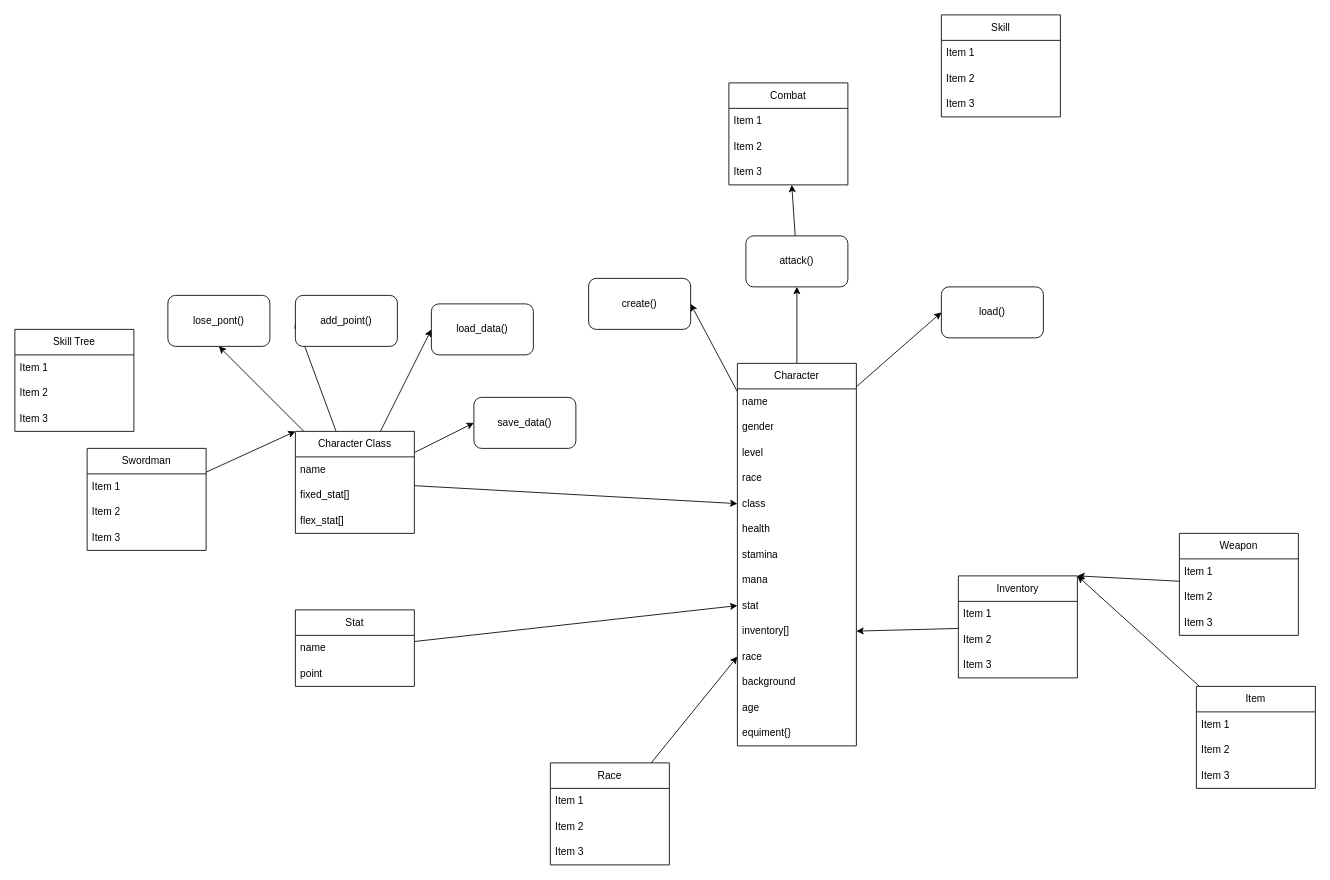
This is design.drawio from minhduc1212/Text_Based_Game, a draw.io file, before an edit. Source tidied: cells renumbered, new cells numbered last; positions are measured from the earlier drawing's top-left corner, leaving out a move shared by most shapes. Both pictures are drawn from the tidied source at 85%, with x=0, y=0 at pixel (14, 14).
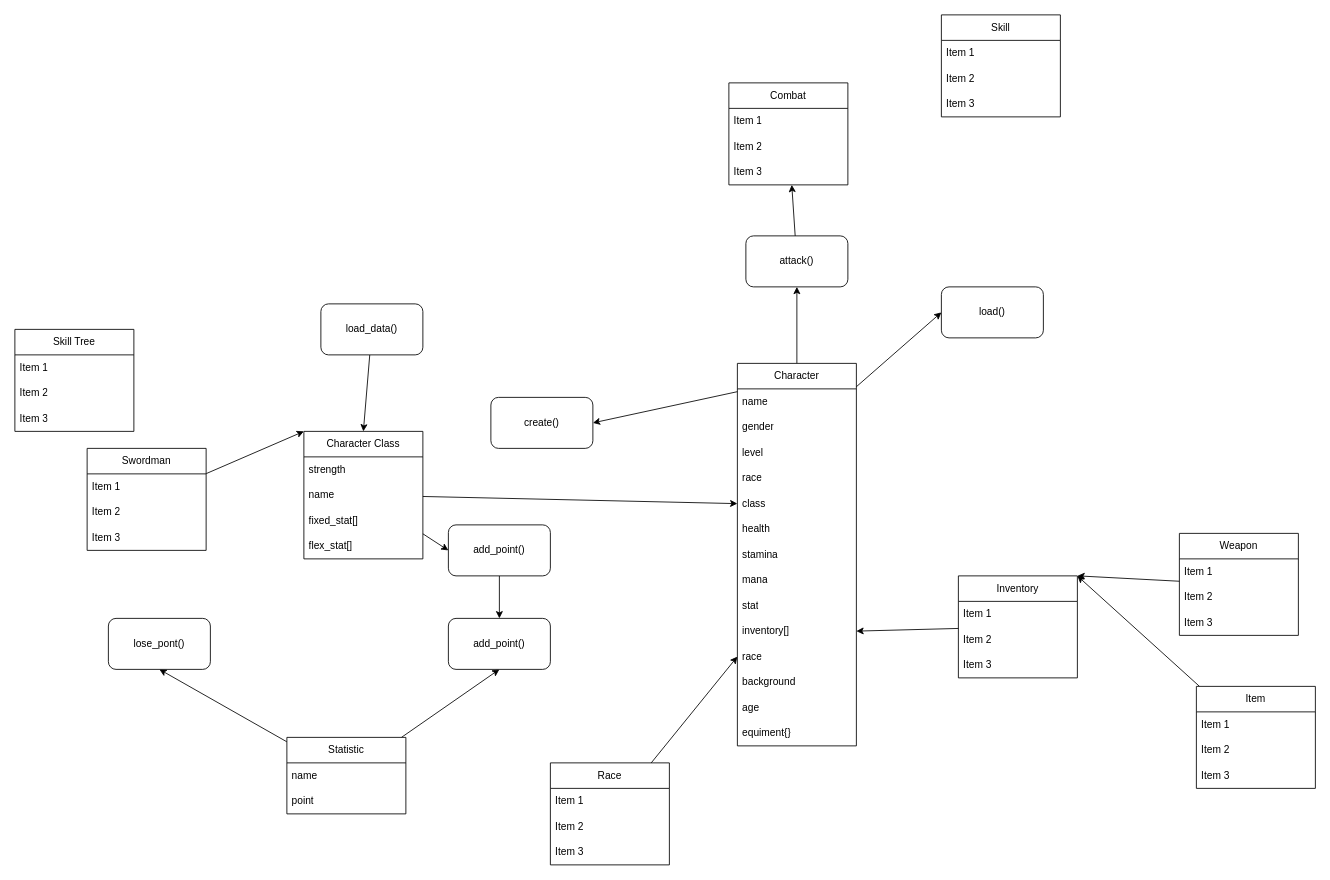
After the change.

Commit message (it also covers changes not shown here):
feat(design.drawio, character_class.py): pdate some func of character_class

The change refers to these unchanged cells:
```xml
<mxCell id="14" value="stat" style="text;strokeColor=none;fillColor=none;align=left;verticalAlign=middle;spacingLeft=4;spacingRight=4;overflow=hidden;points=[[0,0.5],[1,0.5]];portConstraint=eastwest;whiteSpace=wrap;html=1;" parent="5" vertex="1">
  <mxGeometry y="270" width="140" height="30" as="geometry" />
</mxCell>
```

Change to the diagram source:
```diff
@@
-    <mxCell id="20" style="edgeStyle=none;html=1;entryX=0;entryY=0.5;entryDx=0;entryDy=0;" parent="1" edge="1" source="21" target="14">
-      <mxGeometry relative="1" as="geometry" />
-    </mxCell>
+    <mxCell id="78" style="edgeStyle=none;html=1;entryX=0.5;entryY=1;entryDx=0;entryDy=0;" parent="1" edge="1" source="21" target="75">
+      <mxGeometry relative="1" as="geometry" />
+    </mxCell>
+    <mxCell id="79" style="edgeStyle=none;html=1;entryX=0.5;entryY=1;entryDx=0;entryDy=0;" parent="1" edge="1" source="21" target="74">
+      <mxGeometry relative="1" as="geometry" />
+    </mxCell>
-    <mxCell id="21" value="Stat" style="swimlane;fontStyle=0;horizontal=1;startSize=30;whiteSpace=wrap;html=1;" parent="1" vertex="1">
-      <mxGeometry x="330" y="700" width="140" height="90" as="geometry" />
+    <mxCell id="21" value="Statistic" style="swimlane;fontStyle=0;horizontal=1;startSize=30;whiteSpace=wrap;html=1;" parent="1" vertex="1">
+      <mxGeometry x="320" y="850" width="140" height="90" as="geometry" />
     </mxCell>
@@
-    <mxCell id="39" style="edgeStyle=none;html=1;entryX=0;entryY=0.5;entryDx=0;entryDy=0;" parent="1" edge="1" source="43" target="74">
-      <mxGeometry relative="1" as="geometry" />
-    </mxCell>
-    <mxCell id="40" style="edgeStyle=none;html=1;entryX=0.5;entryY=1;entryDx=0;entryDy=0;" parent="1" edge="1" source="43" target="75">
-      <mxGeometry relative="1" as="geometry" />
-    </mxCell>
-    <mxCell id="41" style="edgeStyle=none;html=1;entryX=0;entryY=0.5;entryDx=0;entryDy=0;" parent="1" edge="1" source="43" target="76">
-      <mxGeometry relative="1" as="geometry" />
-    </mxCell>
-    <mxCell id="42" style="edgeStyle=none;html=1;entryX=0;entryY=0.5;entryDx=0;entryDy=0;" parent="1" edge="1" source="43" target="77">
-      <mxGeometry relative="1" as="geometry" />
-    </mxCell>
+    <mxCell id="80" style="edgeStyle=none;html=1;entryX=0;entryY=0.5;entryDx=0;entryDy=0;" parent="1" edge="1" source="43" target="84">
+      <mxGeometry relative="1" as="geometry" />
+    </mxCell>
     <mxCell id="43" value="Character Class" style="swimlane;fontStyle=0;horizontal=1;startSize=30;whiteSpace=wrap;html=1;" parent="1" vertex="1">
-      <mxGeometry x="330" y="490" width="140" height="120" as="geometry" />
+      <mxGeometry x="340" y="490" width="140" height="150" as="geometry" />
     </mxCell>
+    <mxCell id="81" value="strength" style="text;strokeColor=none;fillColor=none;align=left;verticalAlign=middle;spacingLeft=4;spacingRight=4;overflow=hidden;whiteSpace=wrap;html=1;" parent="43" vertex="1">
+      <mxGeometry y="30" width="140" height="30" as="geometry" />
+    </mxCell>
     <mxCell id="44" value="name" style="text;strokeColor=none;fillColor=none;align=left;verticalAlign=middle;spacingLeft=4;spacingRight=4;overflow=hidden;whiteSpace=wrap;html=1;" parent="43" vertex="1">
-      <mxGeometry y="30" width="140" height="30" as="geometry" />
+      <mxGeometry y="60" width="140" height="30" as="geometry" />
     </mxCell>
     <mxCell id="45" value="fixed_stat[]" style="text;strokeColor=none;fillColor=none;align=left;verticalAlign=middle;spacingLeft=4;spacingRight=4;overflow=hidden;whiteSpace=wrap;html=1;" parent="43" vertex="1">
-      <mxGeometry y="60" width="140" height="30" as="geometry" />
+      <mxGeometry y="90" width="140" height="30" as="geometry" />
     </mxCell>
     <mxCell id="46" value="flex_stat[]" style="text;strokeColor=none;fillColor=none;align=left;verticalAlign=middle;spacingLeft=4;spacingRight=4;overflow=hidden;whiteSpace=wrap;html=1;" parent="43" vertex="1">
-      <mxGeometry y="90" width="140" height="30" as="geometry" />
+      <mxGeometry y="120" width="140" height="30" as="geometry" />
     </mxCell>
     <mxCell id="47" value="create()" style="rounded=1;whiteSpace=wrap;html=1;" parent="1" vertex="1">
-      <mxGeometry x="675" y="310" width="120" height="60" as="geometry" />
+      <mxGeometry x="560" y="450" width="120" height="60" as="geometry" />
     </mxCell>
@@
     <mxCell id="74" value="add_point()" style="rounded=1;whiteSpace=wrap;html=1;" parent="1" vertex="1">
-      <mxGeometry x="330" y="330" width="120" height="60" as="geometry" />
+      <mxGeometry x="510" y="710" width="120" height="60" as="geometry" />
     </mxCell>
     <mxCell id="75" value="lose_pont()" style="rounded=1;whiteSpace=wrap;html=1;" parent="1" vertex="1">
-      <mxGeometry x="180" y="330" width="120" height="60" as="geometry" />
+      <mxGeometry x="110" y="710" width="120" height="60" as="geometry" />
     </mxCell>
-    <mxCell id="76" value="save_data()" style="rounded=1;whiteSpace=wrap;html=1;" parent="1" vertex="1">
-      <mxGeometry x="540" y="450" width="120" height="60" as="geometry" />
-    </mxCell>
+    <mxCell id="82" style="edgeStyle=none;html=1;entryX=0.5;entryY=0;entryDx=0;entryDy=0;" parent="1" edge="1" source="77" target="43">
+      <mxGeometry relative="1" as="geometry" />
+    </mxCell>
     <mxCell id="77" value="load_data()" style="rounded=1;whiteSpace=wrap;html=1;" parent="1" vertex="1">
-      <mxGeometry x="490" y="340" width="120" height="60" as="geometry" />
+      <mxGeometry x="360" y="340" width="120" height="60" as="geometry" />
     </mxCell>
+    <mxCell id="83" style="edgeStyle=none;html=1;entryX=0.5;entryY=0;entryDx=0;entryDy=0;" parent="1" edge="1" source="84" target="74">
+      <mxGeometry relative="1" as="geometry" />
+    </mxCell>
+    <mxCell id="84" value="add_point()" style="rounded=1;whiteSpace=wrap;html=1;" parent="1" vertex="1">
+      <mxGeometry x="510" y="600" width="120" height="60" as="geometry" />
+    </mxCell>
```
